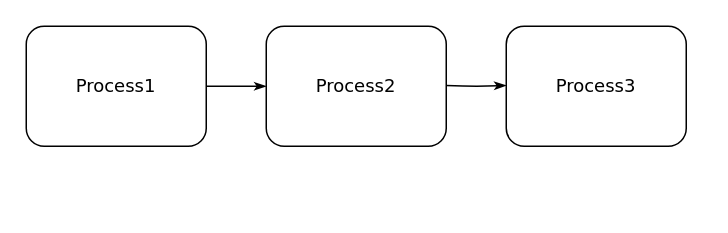
bpmbpm/SemanticBPM keeps this draw.io diagram as samples/vad_1/vad_1.drawio. Above is the earlier version. Source tidied: cells renumbered, new cells numbered last; positions are measured from the earlier drawing's top-left corner, leaving out a move shared by most shapes. Both pictures are drawn from the tidied source at 150%, with x=0, y=0 at pixel (26, 26).
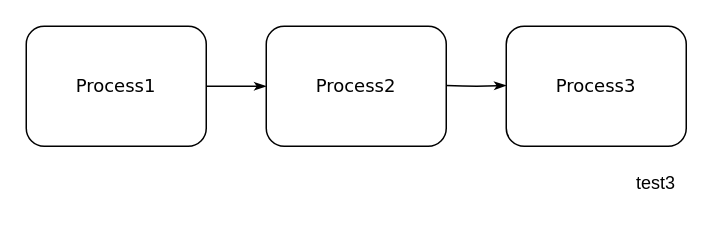
Above is the later version.

The edit, as a diff of the source:
```diff
@@
 <mxGraphModel>
   <root>
     <mxCell id="0" />
     <mxCell id="1" parent="0" />
     <mxCell id="2" style="edgeStyle=orthogonalEdgeStyle;rounded=1;html=1;labelBackgroundColor=none;startArrow=none;startFill=0;startSize=5;endArrow=classicThin;endFill=1;endSize=5;jettySize=auto;strokeWidth=1;fontFamily=Verdana;fontSize=8;exitX=1;exitY=0.5;exitDx=0;exitDy=0;" parent="1" edge="1" source="3" target="4">
       <mxGeometry relative="1" as="geometry" />
     </mxCell>
     <mxCell id="3" value="Process1" style="rounded=1;whiteSpace=wrap;html=1;shadow=0;labelBackgroundColor=none;strokeWidth=1;fontFamily=Verdana;fontSize=12;align=center;" parent="1" vertex="1">
       <mxGeometry width="120" height="80" as="geometry" />
     </mxCell>
     <mxCell id="4" value="Process2" style="rounded=1;whiteSpace=wrap;html=1;shadow=0;labelBackgroundColor=none;strokeWidth=1;fontFamily=Verdana;fontSize=12;align=center;" parent="1" vertex="1">
       <mxGeometry x="160" width="120" height="80" as="geometry" />
     </mxCell>
     <mxCell id="5" value="Process3" style="rounded=1;whiteSpace=wrap;html=1;shadow=0;labelBackgroundColor=none;strokeWidth=1;fontFamily=Verdana;fontSize=12;align=center;" parent="1" vertex="1">
       <mxGeometry x="320" width="120" height="80" as="geometry" />
     </mxCell>
     <mxCell id="6" style="edgeStyle=orthogonalEdgeStyle;rounded=1;html=1;labelBackgroundColor=none;startArrow=none;startFill=0;startSize=5;endArrow=classicThin;endFill=1;endSize=5;jettySize=auto;orthogonalLoop=1;strokeWidth=1;fontFamily=Verdana;fontSize=8;exitX=1;exitY=0.5;exitDx=0;exitDy=0;" parent="1" edge="1">
       <mxGeometry relative="1" as="geometry">
         <mxPoint x="280" y="39.5" as="sourcePoint" />
         <mxPoint x="320" y="39.5" as="targetPoint" />
       </mxGeometry>
     </mxCell>
+    <mxCell id="7" value="test3" style="text;html=1;align=center;verticalAlign=middle;whiteSpace=wrap;rounded=0;" parent="1" vertex="1">
+      <mxGeometry x="390" y="90" width="60" height="30" as="geometry" />
+    </mxCell>
   </root>
 </mxGraphModel>
```
